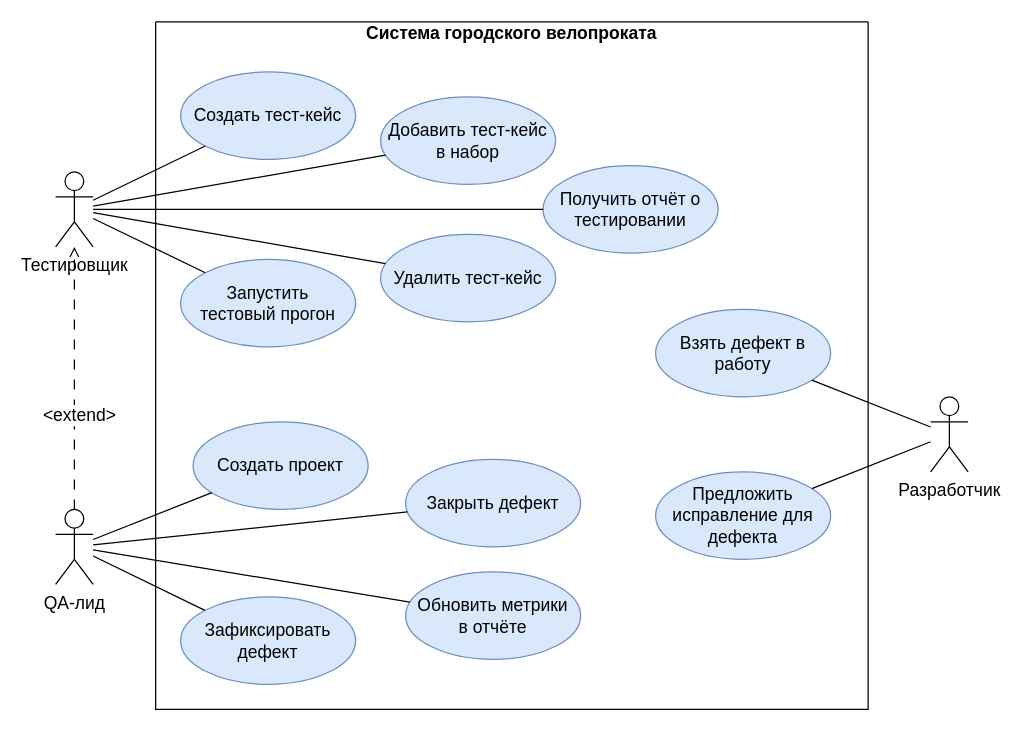
Above: ПКСС_4.drawio in v-tempe/draw.io (draw.io), before the change. Source tidied: cells renumbered, new cells numbered last; positions are measured from the earlier drawing's top-left corner, leaving out a move shared by most shapes. Both pictures are drawn from the tidied source at 125%, with x=0, y=0 at pixel (55, 21).
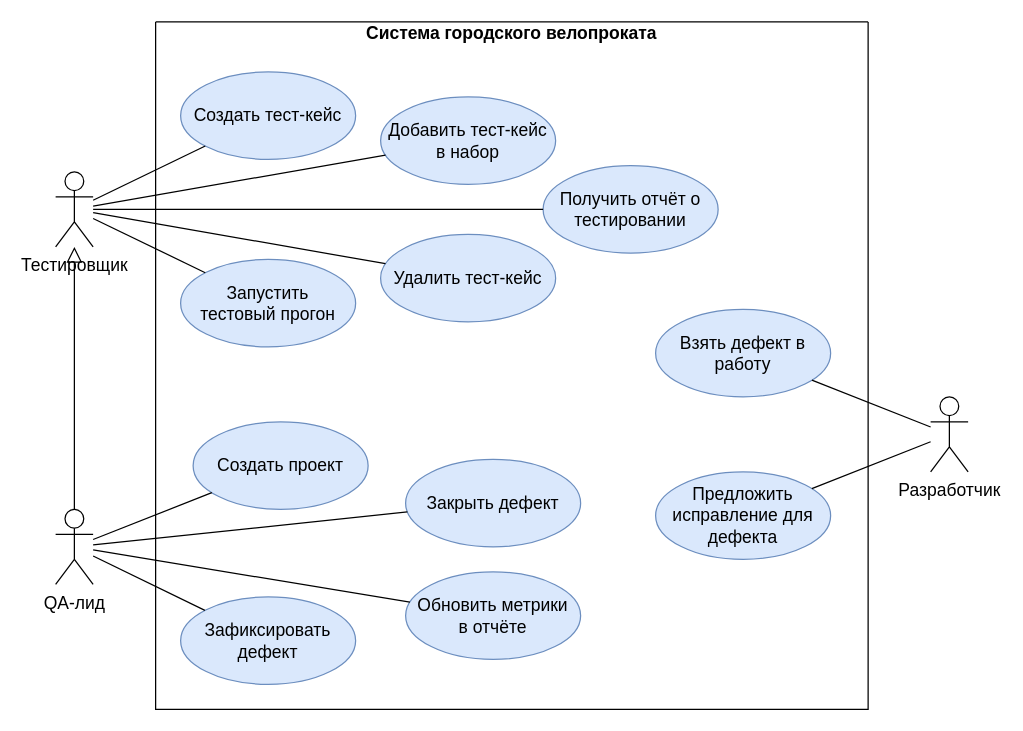
After the change.

Unchanged cells that the change refers to:
```xml
<mxCell id="14" value="QA-лид" style="shape=umlActor;verticalLabelPosition=bottom;verticalAlign=top;html=1;fontSize=14;" parent="2" vertex="1">
  <mxGeometry x="-80" y="390" width="30" height="60" as="geometry" />
</mxCell>
<mxCell id="19" value="Тестировщик" style="shape=umlActor;verticalLabelPosition=bottom;verticalAlign=top;html=1;fontSize=14;" parent="1" vertex="1">
  <mxGeometry y="120" width="30" height="60" as="geometry" />
</mxCell>
```

What changed in the source:
```diff
@@
-    <mxCell id="26" style="endArrow=open;dashed=1;html=1;rounded=0;dashPattern=8 8;endFill=0;fontSize=14;" parent="1" edge="1" source="14" target="19">
+    <mxCell id="26" style="endArrow=block;html=1;rounded=0;endFill=0;fontSize=14;endSize=10;" parent="1" edge="1" source="14" target="19">
       <mxGeometry relative="1" as="geometry" />
     </mxCell>
-    <mxCell id="27" value="&amp;lt;extend&amp;gt;" style="edgeLabel;html=1;align=center;verticalAlign=middle;fontSize=14;" parent="26" vertex="1">
-      <mxGeometry x="-0.28" y="-3" relative="1" as="geometry" />
-    </mxCell>
```
